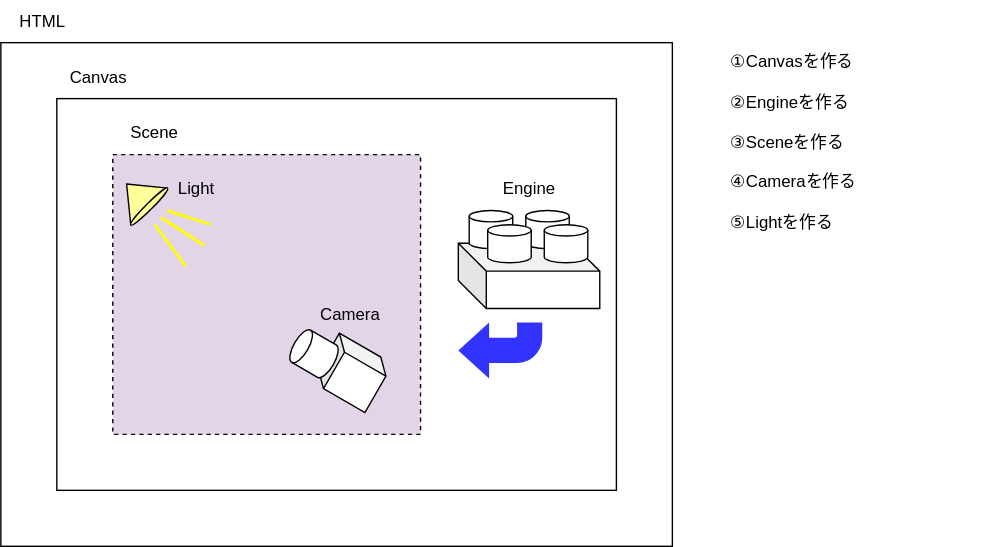
Above: babylon-drawio.svg in willow148/test (draw.io), before the change. Source tidied: cells renumbered, new cells last; positions are measured from the earlier drawing's top-left corner, leaving out a move shared by most shapes. Source of this version:
```xml
<mxGraphModel>
  <root>
    <mxCell id="0" />
    <mxCell id="1" parent="0" />
    <mxCell id="2" style="rounded=0;whiteSpace=wrap;html=1;fillColor=none;" parent="1" vertex="1">
      <mxGeometry y="30" width="480" height="360" as="geometry" />
    </mxCell>
    <mxCell id="3" style="rounded=0;whiteSpace=wrap;html=1;fillColor=none;" parent="1" vertex="1">
      <mxGeometry x="40" y="70" width="400" height="280" as="geometry" />
    </mxCell>
    <mxCell id="4" value="Canvas" style="text;html=1;align=center;verticalAlign=middle;whiteSpace=wrap;rounded=0;" parent="1" vertex="1">
      <mxGeometry x="40" y="40" width="60" height="30" as="geometry" />
    </mxCell>
    <mxCell id="5" value="HTML" style="text;html=1;align=center;verticalAlign=middle;whiteSpace=wrap;rounded=0;" parent="1" vertex="1">
      <mxGeometry width="60" height="30" as="geometry" />
    </mxCell>
    <mxCell id="6" style="group;" parent="1" vertex="1">
      <mxGeometry x="327" y="150" width="101.1" height="70" as="geometry" />
    </mxCell>
    <mxCell id="7" style="shape=cube;whiteSpace=wrap;html=1;boundedLbl=1;backgroundOutline=1;darkOpacity=0.05;darkOpacity2=0.1;" parent="6" vertex="1">
      <mxGeometry y="23.3" width="101.1" height="46.7" as="geometry" />
    </mxCell>
    <mxCell id="8" style="shape=cylinder3;whiteSpace=wrap;html=1;boundedLbl=1;backgroundOutline=1;size=4.058823529411754;" parent="6" vertex="1">
      <mxGeometry x="7.8" width="31.1" height="27.2" as="geometry" />
    </mxCell>
    <mxCell id="9" style="shape=cylinder3;whiteSpace=wrap;html=1;boundedLbl=1;backgroundOutline=1;size=4.058823529411754;" parent="6" vertex="1">
      <mxGeometry x="48.2" width="31.1" height="27.2" as="geometry" />
    </mxCell>
    <mxCell id="10" style="shape=cylinder3;whiteSpace=wrap;html=1;boundedLbl=1;backgroundOutline=1;size=4.058823529411754;" parent="6" vertex="1">
      <mxGeometry x="61.4" y="10.1" width="31.1" height="27.2" as="geometry" />
    </mxCell>
    <mxCell id="11" style="shape=cylinder3;whiteSpace=wrap;html=1;boundedLbl=1;backgroundOutline=1;size=4.058823529411754;" parent="6" vertex="1">
      <mxGeometry x="21" y="10.1" width="31.1" height="27.2" as="geometry" />
    </mxCell>
    <mxCell id="12" value="Engine" style="text;html=1;align=center;verticalAlign=middle;whiteSpace=wrap;rounded=0;" parent="1" vertex="1">
      <mxGeometry x="347.6" y="120" width="60" height="30" as="geometry" />
    </mxCell>
    <mxCell id="13" style="verticalLabelPosition=bottom;verticalAlign=top;html=1;shape=mxgraph.basic.rect;fillColor2=none;strokeWidth=1;size=20;indent=5;fillColor=#E1D5E7;dashed=1;" parent="1" vertex="1">
      <mxGeometry x="80" y="110" width="220" height="200" as="geometry" />
    </mxCell>
    <mxCell id="14" value="Scene" style="text;html=1;align=center;verticalAlign=middle;whiteSpace=wrap;rounded=0;" parent="1" vertex="1">
      <mxGeometry x="80" y="80" width="60" height="30" as="geometry" />
    </mxCell>
    <mxCell id="15" style="group;rotation=30;" parent="1" vertex="1">
      <mxGeometry x="205" y="240" width="70" height="40" as="geometry" />
    </mxCell>
    <mxCell id="16" style="shape=cube;whiteSpace=wrap;html=1;boundedLbl=1;backgroundOutline=1;darkOpacity=0.05;darkOpacity2=0.1;size=10;rotation=30;" parent="15" vertex="1">
      <mxGeometry x="24" y="6" width="44.2" height="40" as="geometry" />
    </mxCell>
    <mxCell id="17" style="shape=cylinder3;whiteSpace=wrap;html=1;boundedLbl=1;backgroundOutline=1;size=5.249999999999972;direction=south;flipH=1;rotation=30;" parent="15" vertex="1">
      <mxGeometry x="3" y="-1" width="31.7" height="26.7" as="geometry" />
    </mxCell>
    <mxCell id="18" style="verticalLabelPosition=bottom;verticalAlign=top;html=1;shape=mxgraph.basic.cone;rotation=-45;fillColor=#FFFF99;" parent="1" vertex="1">
      <mxGeometry x="80.2" y="127.3" width="37.2" height="25.2" as="geometry" />
    </mxCell>
    <mxCell id="19" style="group;" parent="1" vertex="1">
      <mxGeometry x="110" y="150" width="40" height="40" as="geometry" />
    </mxCell>
    <mxCell id="20" style="endArrow=none;html=1;rounded=0;strokeColor=#FFFF00;strokeWidth=2;" parent="19" edge="1">
      <mxGeometry relative="1" as="geometry">
        <mxPoint x="4.4" y="5" as="sourcePoint" />
        <mxPoint x="35.6" y="25" as="targetPoint" />
      </mxGeometry>
    </mxCell>
    <mxCell id="21" style="endArrow=none;html=1;rounded=0;strokeColor=#FFFF00;strokeWidth=2;" parent="19" edge="1">
      <mxGeometry relative="1" as="geometry">
        <mxPoint y="10" as="sourcePoint" />
        <mxPoint x="22.2" y="40" as="targetPoint" />
      </mxGeometry>
    </mxCell>
    <mxCell id="22" style="endArrow=none;html=1;rounded=0;strokeColor=#FFFF00;strokeWidth=2;" parent="19" edge="1">
      <mxGeometry relative="1" as="geometry">
        <mxPoint x="8.9" as="sourcePoint" />
        <mxPoint x="40" y="10" as="targetPoint" />
      </mxGeometry>
    </mxCell>
    <mxCell id="23" value="Camera" style="text;html=1;align=center;verticalAlign=middle;whiteSpace=wrap;rounded=0;" parent="1" vertex="1">
      <mxGeometry x="220" y="210" width="60" height="30" as="geometry" />
    </mxCell>
    <mxCell id="24" value="Light" style="text;html=1;align=center;verticalAlign=middle;whiteSpace=wrap;rounded=0;" parent="1" vertex="1">
      <mxGeometry x="110" y="120" width="60" height="30" as="geometry" />
    </mxCell>
    <mxCell id="25" style="html=1;shadow=0;dashed=0;align=center;verticalAlign=middle;shape=mxgraph.arrows2.bendArrow;dy=9;dx=22;notch=0;arrowHead=50;rounded=1;flipV=1;flipH=1;fillColor=#3333FF;strokeColor=none;" parent="1" vertex="1">
      <mxGeometry x="327" y="230" width="60" height="40" as="geometry" />
    </mxCell>
    <mxCell id="26" value="①Canvasを作る&lt;div&gt;&lt;br&gt;&lt;/div&gt;&lt;div&gt;②Engineを作る&lt;/div&gt;&lt;div&gt;&lt;br&gt;&lt;/div&gt;&lt;div&gt;③Sceneを作る&lt;/div&gt;&lt;div&gt;&lt;br&gt;&lt;/div&gt;&lt;div&gt;④Cameraを作る&lt;/div&gt;&lt;div&gt;&lt;br&gt;&lt;/div&gt;&lt;div&gt;⑤Lightを作る&lt;/div&gt;" style="text;html=1;align=left;verticalAlign=top;whiteSpace=wrap;rounded=0;" parent="1" vertex="1">
      <mxGeometry x="520" y="30" width="180" height="160" as="geometry" />
    </mxCell>
  </root>
</mxGraphModel>
```
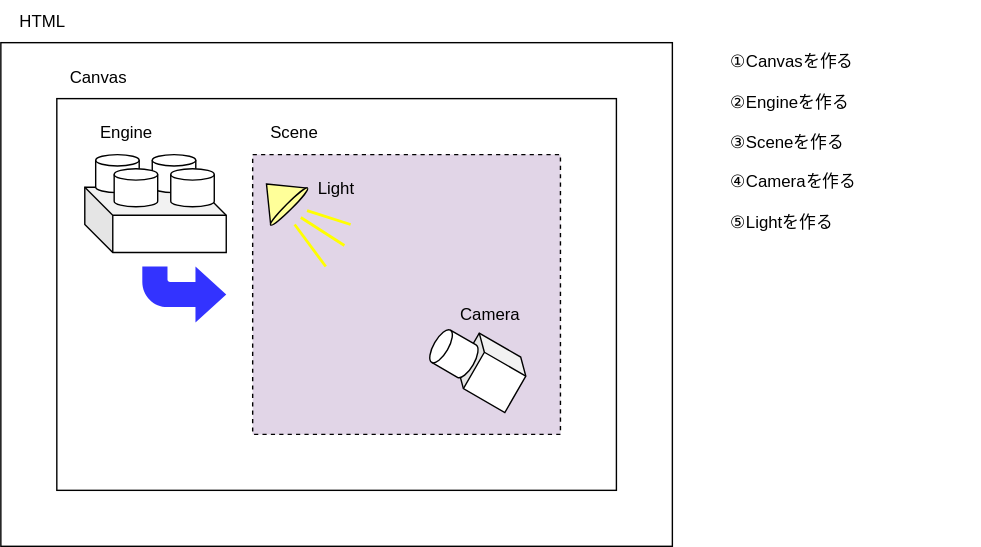
The same file after the commit.

Diff of the diagram source:
```diff
@@ -14,75 +14,75 @@
     <mxCell id="5" value="HTML" style="text;html=1;align=center;verticalAlign=middle;whiteSpace=wrap;rounded=0;" parent="1" vertex="1">
       <mxGeometry width="60" height="30" as="geometry" />
     </mxCell>
-    <mxCell id="6" style="group;" parent="1" vertex="1">
-      <mxGeometry x="327" y="150" width="101.1" height="70" as="geometry" />
-    </mxCell>
+    <mxCell id="27" style="group;" parent="1" vertex="1">
+      <mxGeometry x="60" y="110" width="101.1" height="70" as="geometry" />
+    </mxCell>
-    <mxCell id="7" style="shape=cube;whiteSpace=wrap;html=1;boundedLbl=1;backgroundOutline=1;darkOpacity=0.05;darkOpacity2=0.1;" parent="6" vertex="1">
+    <mxCell id="7" style="shape=cube;whiteSpace=wrap;html=1;boundedLbl=1;backgroundOutline=1;darkOpacity=0.05;darkOpacity2=0.1;" parent="27" vertex="1">
       <mxGeometry y="23.3" width="101.1" height="46.7" as="geometry" />
     </mxCell>
-    <mxCell id="8" style="shape=cylinder3;whiteSpace=wrap;html=1;boundedLbl=1;backgroundOutline=1;size=4.058823529411754;" parent="6" vertex="1">
+    <mxCell id="8" style="shape=cylinder3;whiteSpace=wrap;html=1;boundedLbl=1;backgroundOutline=1;size=4.058823529411754;" parent="27" vertex="1">
       <mxGeometry x="7.8" width="31.1" height="27.2" as="geometry" />
     </mxCell>
-    <mxCell id="9" style="shape=cylinder3;whiteSpace=wrap;html=1;boundedLbl=1;backgroundOutline=1;size=4.058823529411754;" parent="6" vertex="1">
+    <mxCell id="9" style="shape=cylinder3;whiteSpace=wrap;html=1;boundedLbl=1;backgroundOutline=1;size=4.058823529411754;" parent="27" vertex="1">
       <mxGeometry x="48.2" width="31.1" height="27.2" as="geometry" />
     </mxCell>
-    <mxCell id="10" style="shape=cylinder3;whiteSpace=wrap;html=1;boundedLbl=1;backgroundOutline=1;size=4.058823529411754;" parent="6" vertex="1">
+    <mxCell id="10" style="shape=cylinder3;whiteSpace=wrap;html=1;boundedLbl=1;backgroundOutline=1;size=4.058823529411754;" parent="27" vertex="1">
       <mxGeometry x="61.4" y="10.1" width="31.1" height="27.2" as="geometry" />
     </mxCell>
-    <mxCell id="11" style="shape=cylinder3;whiteSpace=wrap;html=1;boundedLbl=1;backgroundOutline=1;size=4.058823529411754;" parent="6" vertex="1">
+    <mxCell id="11" style="shape=cylinder3;whiteSpace=wrap;html=1;boundedLbl=1;backgroundOutline=1;size=4.058823529411754;" parent="27" vertex="1">
       <mxGeometry x="21" y="10.1" width="31.1" height="27.2" as="geometry" />
     </mxCell>
     <mxCell id="12" value="Engine" style="text;html=1;align=center;verticalAlign=middle;whiteSpace=wrap;rounded=0;" parent="1" vertex="1">
-      <mxGeometry x="347.6" y="120" width="60" height="30" as="geometry" />
+      <mxGeometry x="60" y="80" width="60" height="30" as="geometry" />
     </mxCell>
-    <mxCell id="13" style="verticalLabelPosition=bottom;verticalAlign=top;html=1;shape=mxgraph.basic.rect;fillColor2=none;strokeWidth=1;size=20;indent=5;fillColor=#E1D5E7;dashed=1;" parent="1" vertex="1">
-      <mxGeometry x="80" y="110" width="220" height="200" as="geometry" />
-    </mxCell>
+    <mxCell id="28" style="verticalLabelPosition=bottom;verticalAlign=top;html=1;shape=mxgraph.basic.rect;fillColor2=none;strokeWidth=1;size=20;indent=5;fillColor=#E1D5E7;dashed=1;" parent="1" vertex="1">
+      <mxGeometry x="180" y="110" width="220" height="200" as="geometry" />
+    </mxCell>
     <mxCell id="14" value="Scene" style="text;html=1;align=center;verticalAlign=middle;whiteSpace=wrap;rounded=0;" parent="1" vertex="1">
-      <mxGeometry x="80" y="80" width="60" height="30" as="geometry" />
+      <mxGeometry x="180" y="80" width="60" height="30" as="geometry" />
     </mxCell>
-    <mxCell id="15" style="group;rotation=30;" parent="1" vertex="1">
-      <mxGeometry x="205" y="240" width="70" height="40" as="geometry" />
-    </mxCell>
+    <mxCell id="29" style="group;rotation=30;" parent="1" vertex="1">
+      <mxGeometry x="305" y="240" width="70" height="40" as="geometry" />
+    </mxCell>
-    <mxCell id="16" style="shape=cube;whiteSpace=wrap;html=1;boundedLbl=1;backgroundOutline=1;darkOpacity=0.05;darkOpacity2=0.1;size=10;rotation=30;" parent="15" vertex="1">
+    <mxCell id="16" style="shape=cube;whiteSpace=wrap;html=1;boundedLbl=1;backgroundOutline=1;darkOpacity=0.05;darkOpacity2=0.1;size=10;rotation=30;" parent="29" vertex="1">
       <mxGeometry x="24" y="6" width="44.2" height="40" as="geometry" />
     </mxCell>
-    <mxCell id="17" style="shape=cylinder3;whiteSpace=wrap;html=1;boundedLbl=1;backgroundOutline=1;size=5.249999999999972;direction=south;flipH=1;rotation=30;" parent="15" vertex="1">
+    <mxCell id="17" style="shape=cylinder3;whiteSpace=wrap;html=1;boundedLbl=1;backgroundOutline=1;size=5.249999999999972;direction=south;flipH=1;rotation=30;" parent="29" vertex="1">
       <mxGeometry x="3" y="-1" width="31.7" height="26.7" as="geometry" />
     </mxCell>
-    <mxCell id="18" style="verticalLabelPosition=bottom;verticalAlign=top;html=1;shape=mxgraph.basic.cone;rotation=-45;fillColor=#FFFF99;" parent="1" vertex="1">
-      <mxGeometry x="80.2" y="127.3" width="37.2" height="25.2" as="geometry" />
-    </mxCell>
-    <mxCell id="19" style="group;" parent="1" vertex="1">
-      <mxGeometry x="110" y="150" width="40" height="40" as="geometry" />
-    </mxCell>
-    <mxCell id="20" style="endArrow=none;html=1;rounded=0;strokeColor=#FFFF00;strokeWidth=2;" parent="19" edge="1">
-      <mxGeometry relative="1" as="geometry">
-        <mxPoint x="4.4" y="5" as="sourcePoint" />
-        <mxPoint x="35.6" y="25" as="targetPoint" />
-      </mxGeometry>
-    </mxCell>
-    <mxCell id="21" style="endArrow=none;html=1;rounded=0;strokeColor=#FFFF00;strokeWidth=2;" parent="19" edge="1">
-      <mxGeometry relative="1" as="geometry">
-        <mxPoint y="10" as="sourcePoint" />
-        <mxPoint x="22.2" y="40" as="targetPoint" />
-      </mxGeometry>
-    </mxCell>
-    <mxCell id="22" style="endArrow=none;html=1;rounded=0;strokeColor=#FFFF00;strokeWidth=2;" parent="19" edge="1">
-      <mxGeometry relative="1" as="geometry">
-        <mxPoint x="8.9" as="sourcePoint" />
-        <mxPoint x="40" y="10" as="targetPoint" />
-      </mxGeometry>
-    </mxCell>
+    <mxCell id="30" style="verticalLabelPosition=bottom;verticalAlign=top;html=1;shape=mxgraph.basic.cone;rotation=-45;fillColor=#FFFF99;" parent="1" vertex="1">
+      <mxGeometry x="180.2" y="127.3" width="37.2" height="25.2" as="geometry" />
+    </mxCell>
+    <mxCell id="31" style="group;" parent="1" vertex="1">
+      <mxGeometry x="210" y="150" width="40" height="40" as="geometry" />
+    </mxCell>
+    <mxCell id="32" style="endArrow=none;html=1;rounded=0;strokeColor=#FFFF00;strokeWidth=2;" parent="31" edge="1">
+      <mxGeometry relative="1" as="geometry">
+        <mxPoint x="4.4" y="5" as="sourcePoint" />
+        <mxPoint x="35.6" y="25" as="targetPoint" />
+      </mxGeometry>
+    </mxCell>
+    <mxCell id="33" style="endArrow=none;html=1;rounded=0;strokeColor=#FFFF00;strokeWidth=2;" parent="31" edge="1">
+      <mxGeometry relative="1" as="geometry">
+        <mxPoint y="10" as="sourcePoint" />
+        <mxPoint x="22.2" y="40" as="targetPoint" />
+      </mxGeometry>
+    </mxCell>
+    <mxCell id="34" style="endArrow=none;html=1;rounded=0;strokeColor=#FFFF00;strokeWidth=2;" parent="31" edge="1">
+      <mxGeometry relative="1" as="geometry">
+        <mxPoint x="8.9" as="sourcePoint" />
+        <mxPoint x="40" y="10" as="targetPoint" />
+      </mxGeometry>
+    </mxCell>
     <mxCell id="23" value="Camera" style="text;html=1;align=center;verticalAlign=middle;whiteSpace=wrap;rounded=0;" parent="1" vertex="1">
-      <mxGeometry x="220" y="210" width="60" height="30" as="geometry" />
+      <mxGeometry x="320" y="210" width="60" height="30" as="geometry" />
     </mxCell>
     <mxCell id="24" value="Light" style="text;html=1;align=center;verticalAlign=middle;whiteSpace=wrap;rounded=0;" parent="1" vertex="1">
-      <mxGeometry x="110" y="120" width="60" height="30" as="geometry" />
+      <mxGeometry x="210" y="120" width="60" height="30" as="geometry" />
     </mxCell>
-    <mxCell id="25" style="html=1;shadow=0;dashed=0;align=center;verticalAlign=middle;shape=mxgraph.arrows2.bendArrow;dy=9;dx=22;notch=0;arrowHead=50;rounded=1;flipV=1;flipH=1;fillColor=#3333FF;strokeColor=none;" parent="1" vertex="1">
-      <mxGeometry x="327" y="230" width="60" height="40" as="geometry" />
-    </mxCell>
+    <mxCell id="35" style="html=1;shadow=0;dashed=0;align=center;verticalAlign=middle;shape=mxgraph.arrows2.bendArrow;dy=9;dx=22;notch=0;arrowHead=50;rounded=1;flipV=1;flipH=0;fillColor=#3333FF;strokeColor=none;" parent="1" vertex="1">
+      <mxGeometry x="101.1" y="190" width="60" height="40" as="geometry" />
+    </mxCell>
     <mxCell id="26" value="①Canvasを作る&lt;div&gt;&lt;br&gt;&lt;/div&gt;&lt;div&gt;②Engineを作る&lt;/div&gt;&lt;div&gt;&lt;br&gt;&lt;/div&gt;&lt;div&gt;③Sceneを作る&lt;/div&gt;&lt;div&gt;&lt;br&gt;&lt;/div&gt;&lt;div&gt;④Cameraを作る&lt;/div&gt;&lt;div&gt;&lt;br&gt;&lt;/div&gt;&lt;div&gt;⑤Lightを作る&lt;/div&gt;" style="text;html=1;align=left;verticalAlign=top;whiteSpace=wrap;rounded=0;" parent="1" vertex="1">
       <mxGeometry x="520" y="30" width="180" height="160" as="geometry" />
     </mxCell>
```
